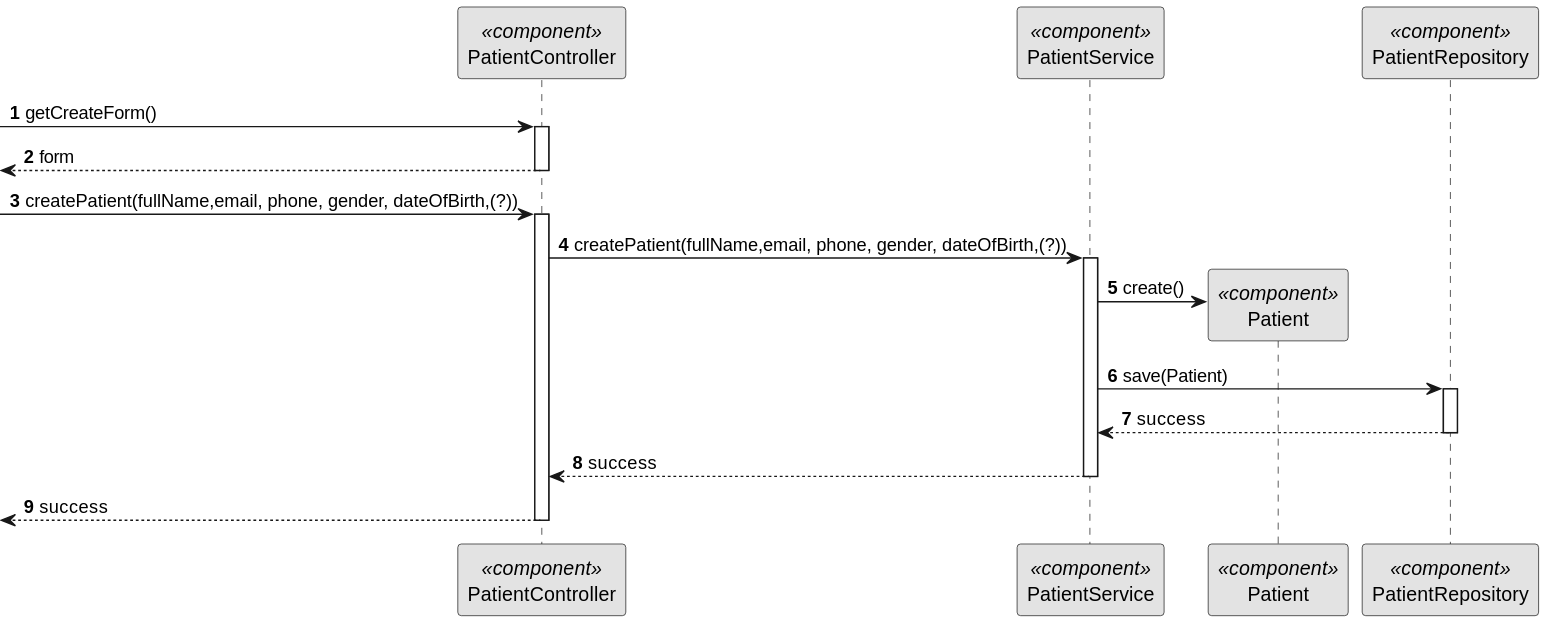
Earlier version of the PlantUML export docs/BackofficeModule/5.1.8/sequence-diagram-3.svg (Ana-Miguel-Silva/SurgicalAppointmentAndResourceManagement). Source of this version:
```plantuml
@startuml
skinparam monochrome true
skinparam packageStyle rectangle
skinparam shadowing false

autonumber

participant "PatientController" as CTRL <<component>>
participant "PatientService" as SERV <<component>>
participant "Patient" as DOM <<component>>
participant "PatientRepository" as REPO <<component>>


 -> CTRL: getCreateForm()
activate CTRL
<-- CTRL  : form
deactivate CTRL

-> CTRL: createPatient(fullName,email, phone, gender, dateOfBirth,(?))
activate CTRL
CTRL -> SERV: createPatient(fullName,email, phone, gender, dateOfBirth,(?))
activate SERV
SERV -> DOM**: create()
SERV -> REPO: save(Patient)
activate REPO
REPO --> SERV: success
deactivate REPO
SERV --> CTRL: success
deactivate SERV
<-- CTRL: success
deactivate CTRL
@enduml
```
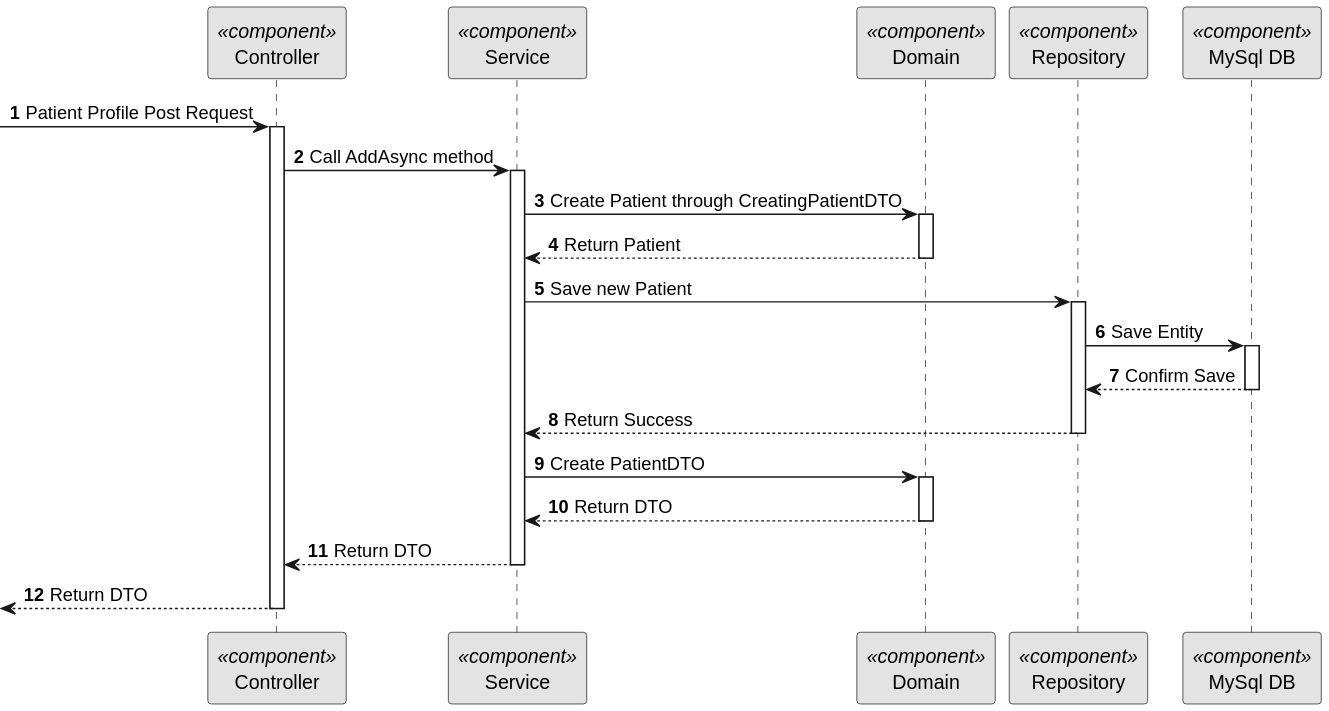
The same diagram one commit later.

The edit, as a diff of the source:
```diff
@@ -5,28 +5,45 @@
 
 autonumber
 
-participant "PatientController" as CTRL <<component>>
-participant "PatientService" as SERV <<component>>
-participant "Patient" as DOM <<component>>
-participant "PatientRepository" as REPO <<component>>
+participant "Controller" as CTRL <<component>>
+participant "Service" as SERV <<component>>
+participant "Domain" as DOM <<component>>
+participant "Repository" as REPO <<component>>
+participant "MySql DB" as BDD <<component>>
 
 
- -> CTRL: getCreateForm()
+
+-> CTRL: Patient Profile Post Request
 activate CTRL
-<-- CTRL  : form
-deactivate CTRL
+CTRL -> SERV: Call AddAsync method
+activate SERV
+SERV -> DOM: Create Patient through CreatingPatientDTO
+activate DOM
 
--> CTRL: createPatient(fullName,email, phone, gender, dateOfBirth,(?))
-activate CTRL
-CTRL -> SERV: createPatient(fullName,email, phone, gender, dateOfBirth,(?))
-activate SERV
-SERV -> DOM**: create()
-SERV -> REPO: save(Patient)
+DOM --> SERV: Return Patient
+deactivate DOM
+
+SERV -> REPO : Save new Patient
 activate REPO
-REPO --> SERV: success
+
+REPO -> BDD : Save Entity
+activate BDD
+
+BDD --> REPO : Confirm Save
+deactivate BDD
+
+REPO --> SERV : Return Success
 deactivate REPO
-SERV --> CTRL: success
+
+SERV -> DOM : Create PatientDTO
+activate DOM
+
+DOM --> SERV : Return DTO
+deactivate DOM
+
+SERV --> CTRL : Return DTO
 deactivate SERV
-<-- CTRL: success
+
+<-- CTRL  : Return DTO
 deactivate CTRL
 @enduml
```
